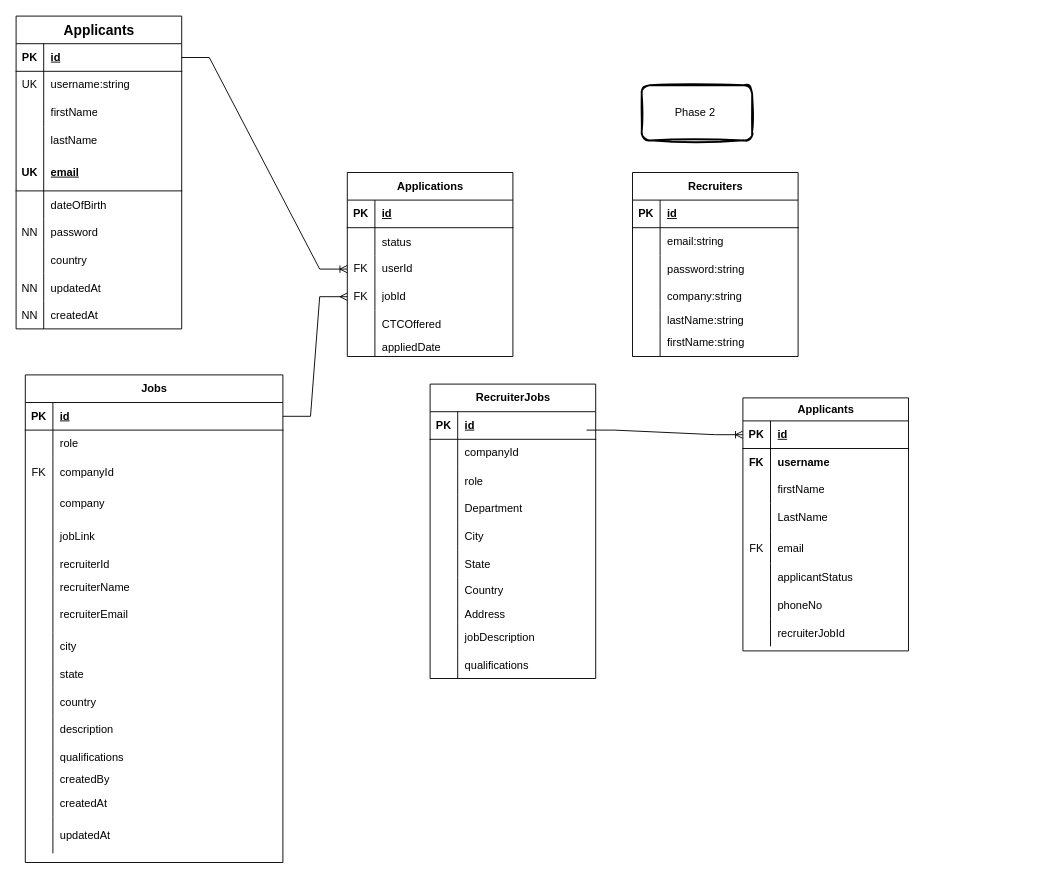
The draw.io diagram CandidateERDiagram.drawio in reynadess/job-application-tracker, before the edit. Source tidied: cells renumbered, new cells numbered last; positions are measured from the earlier drawing's top-left corner, leaving out a move shared by most shapes. Both pictures are drawn from the tidied source at 92%, with x=0, y=0 at pixel (16, 16).
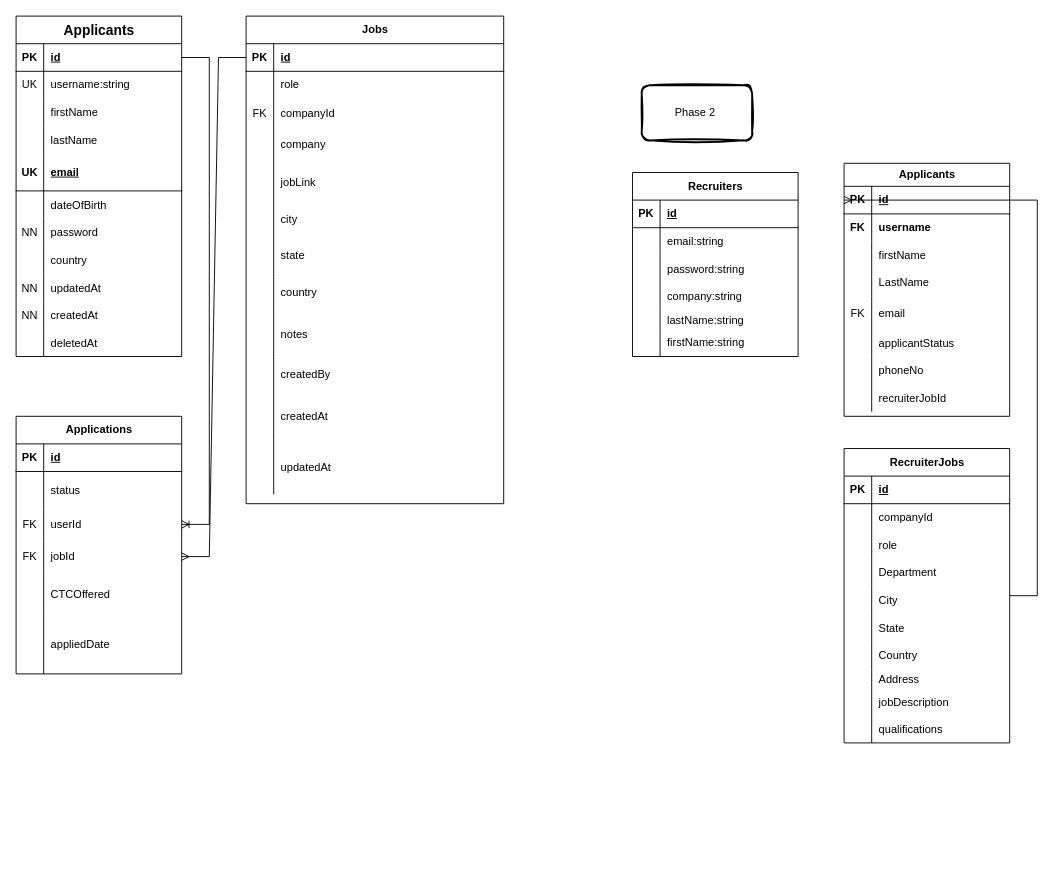
The same diagram, later.

Unchanged cells that the change refers to:
```xml
<mxCell id="3" style="shape=tableRow;horizontal=0;startSize=0;swimlaneHead=0;swimlaneBody=0;fillColor=none;points=[[0,0.5],[1,0.5]];portConstraint=eastwest;top=0;left=0;right=0;bottom=1;" parent="2" vertex="1">
  <mxGeometry y="25" width="180" height="30" as="geometry" />
</mxCell>
```

The edit, as a diff of the source:
```diff
@@
     <mxCell id="2" value="Applicants" style="shape=table;startSize=25;childLayout=tableLayout;rowLines=0;fontStyle=1;align=center;html=1;" parent="1" vertex="1">
-      <mxGeometry x="790" y="415" width="180" height="275" as="geometry" />
+      <mxGeometry x="900" y="160" width="180" height="275" as="geometry" />
     </mxCell>
@@
     <mxCell id="27" value="Jobs" style="shape=table;startSize=30;childLayout=tableLayout;rowLines=0;fontStyle=1;align=center;html=1;" parent="1" vertex="1">
-      <mxGeometry x="10" y="390" width="280" height="530" as="geometry" />
+      <mxGeometry x="250" width="280" height="530" as="geometry" />
     </mxCell>
@@
     <mxCell id="40" style="shape=tableRow;horizontal=0;startSize=0;swimlaneHead=0;swimlaneBody=0;fillColor=none;top=0;left=0;right=0;bottom=0;" parent="27" vertex="1">
-      <mxGeometry y="160" width="280" height="30" as="geometry" />
+      <mxGeometry y="160" width="280" height="40" as="geometry" />
     </mxCell>
     <mxCell id="41" style="shape=partialRectangle;fillColor=none;top=0;left=0;bottom=0;right=0;overflow=hidden;" parent="40" vertex="1">
-      <mxGeometry width="30" height="30" as="geometry" />
+      <mxGeometry width="30" height="40" as="geometry" />
     </mxCell>
     <mxCell id="42" value="jobLink" style="shape=partialRectangle;fillColor=none;top=0;left=0;bottom=0;right=0;align=left;spacingLeft=6;overflow=hidden;" parent="40" vertex="1">
-      <mxGeometry x="30" width="250" height="30" as="geometry" />
+      <mxGeometry x="30" width="250" height="40" as="geometry" />
     </mxCell>
-    <mxCell id="43" style="shape=tableRow;horizontal=0;startSize=0;swimlaneHead=0;swimlaneBody=0;fillColor=none;top=0;left=0;right=0;bottom=0;" parent="27" vertex="1">
-      <mxGeometry y="190" width="280" height="30" as="geometry" />
-    </mxCell>
-    <mxCell id="44" style="shape=partialRectangle;fillColor=none;top=0;left=0;bottom=0;right=0;overflow=hidden;" parent="43" vertex="1">
-      <mxGeometry width="30" height="30" as="geometry" />
-    </mxCell>
-    <mxCell id="45" value="recruiterId" style="shape=partialRectangle;fillColor=none;top=0;left=0;bottom=0;right=0;align=left;spacingLeft=6;overflow=hidden;" parent="43" vertex="1">
-      <mxGeometry x="30" width="250" height="30" as="geometry" />
-    </mxCell>
-    <mxCell id="46" style="shape=tableRow;horizontal=0;startSize=0;swimlaneHead=0;swimlaneBody=0;fillColor=none;top=0;left=0;right=0;bottom=0;" parent="27" vertex="1">
-      <mxGeometry y="220" width="280" height="20" as="geometry" />
-    </mxCell>
-    <mxCell id="47" style="shape=partialRectangle;fillColor=none;top=0;left=0;bottom=0;right=0;overflow=hidden;" parent="46" vertex="1">
-      <mxGeometry width="30" height="20" as="geometry" />
-    </mxCell>
-    <mxCell id="48" value="recruiterName" style="shape=partialRectangle;fillColor=none;top=0;left=0;bottom=0;right=0;align=left;spacingLeft=6;overflow=hidden;" parent="46" vertex="1">
-      <mxGeometry x="30" width="250" height="20" as="geometry" />
-    </mxCell>
-    <mxCell id="49" style="shape=tableRow;horizontal=0;startSize=0;swimlaneHead=0;swimlaneBody=0;fillColor=none;top=0;left=0;right=0;bottom=0;" parent="27" vertex="1">
-      <mxGeometry y="240" width="280" height="40" as="geometry" />
-    </mxCell>
-    <mxCell id="50" style="shape=partialRectangle;fillColor=none;top=0;left=0;bottom=0;right=0;overflow=hidden;" parent="49" vertex="1">
-      <mxGeometry width="30" height="40" as="geometry" />
-    </mxCell>
-    <mxCell id="51" value="recruiterEmail" style="shape=partialRectangle;fillColor=none;top=0;left=0;bottom=0;right=0;align=left;spacingLeft=6;overflow=hidden;" parent="49" vertex="1">
-      <mxGeometry x="30" width="250" height="40" as="geometry" />
-    </mxCell>
     <mxCell id="52" style="shape=tableRow;horizontal=0;startSize=0;swimlaneHead=0;swimlaneBody=0;fillColor=none;top=0;left=0;right=0;bottom=0;" parent="27" vertex="1">
-      <mxGeometry y="280" width="280" height="30" as="geometry" />
+      <mxGeometry y="200" width="280" height="40" as="geometry" />
     </mxCell>
     <mxCell id="53" style="shape=partialRectangle;fillColor=none;top=0;left=0;bottom=0;right=0;overflow=hidden;" parent="52" vertex="1">
-      <mxGeometry width="30" height="30" as="geometry" />
+      <mxGeometry width="30" height="40" as="geometry" />
     </mxCell>
     <mxCell id="54" value="city" style="shape=partialRectangle;fillColor=none;top=0;left=0;bottom=0;right=0;align=left;spacingLeft=6;overflow=hidden;" parent="52" vertex="1">
-      <mxGeometry x="30" width="250" height="30" as="geometry" />
+      <mxGeometry x="30" width="250" height="40" as="geometry" />
     </mxCell>
     <mxCell id="55" style="shape=tableRow;horizontal=0;startSize=0;swimlaneHead=0;swimlaneBody=0;fillColor=none;top=0;left=0;right=0;bottom=0;" parent="27" vertex="1">
-      <mxGeometry y="310" width="280" height="30" as="geometry" />
+      <mxGeometry y="240" width="280" height="40" as="geometry" />
     </mxCell>
     <mxCell id="56" style="shape=partialRectangle;fillColor=none;top=0;left=0;bottom=0;right=0;overflow=hidden;" parent="55" vertex="1">
-      <mxGeometry width="30" height="30" as="geometry" />
+      <mxGeometry width="30" height="40" as="geometry" />
     </mxCell>
     <mxCell id="57" value="state" style="shape=partialRectangle;fillColor=none;top=0;left=0;bottom=0;right=0;align=left;spacingLeft=6;overflow=hidden;" parent="55" vertex="1">
-      <mxGeometry x="30" width="250" height="30" as="geometry" />
+      <mxGeometry x="30" width="250" height="40" as="geometry" />
     </mxCell>
     <mxCell id="58" style="shape=tableRow;horizontal=0;startSize=0;swimlaneHead=0;swimlaneBody=0;fillColor=none;top=0;left=0;right=0;bottom=0;" parent="27" vertex="1">
-      <mxGeometry y="340" width="280" height="30" as="geometry" />
+      <mxGeometry y="280" width="280" height="40" as="geometry" />
     </mxCell>
     <mxCell id="59" style="shape=partialRectangle;fillColor=none;top=0;left=0;bottom=0;right=0;overflow=hidden;" parent="58" vertex="1">
-      <mxGeometry width="30" height="30" as="geometry" />
+      <mxGeometry width="30" height="40" as="geometry" />
     </mxCell>
     <mxCell id="60" value="country" style="shape=partialRectangle;fillColor=none;top=0;left=0;bottom=0;right=0;align=left;spacingLeft=6;overflow=hidden;" parent="58" vertex="1">
-      <mxGeometry x="30" width="250" height="30" as="geometry" />
+      <mxGeometry x="30" width="250" height="40" as="geometry" />
     </mxCell>
     <mxCell id="61" style="shape=tableRow;horizontal=0;startSize=0;swimlaneHead=0;swimlaneBody=0;fillColor=none;top=0;left=0;right=0;bottom=0;" parent="27" vertex="1">
-      <mxGeometry y="370" width="280" height="30" as="geometry" />
+      <mxGeometry y="320" width="280" height="50" as="geometry" />
     </mxCell>
     <mxCell id="62" style="shape=partialRectangle;fillColor=none;top=0;left=0;bottom=0;right=0;overflow=hidden;" parent="61" vertex="1">
-      <mxGeometry width="30" height="30" as="geometry" />
+      <mxGeometry width="30" height="50" as="geometry" />
     </mxCell>
-    <mxCell id="63" value="description" style="shape=partialRectangle;fillColor=none;top=0;left=0;bottom=0;right=0;align=left;spacingLeft=6;overflow=hidden;" parent="61" vertex="1">
-      <mxGeometry x="30" width="250" height="30" as="geometry" />
+    <mxCell id="63" value="notes" style="shape=partialRectangle;fillColor=none;top=0;left=0;bottom=0;right=0;align=left;spacingLeft=6;overflow=hidden;" parent="61" vertex="1">
+      <mxGeometry x="30" width="250" height="50" as="geometry" />
     </mxCell>
-    <mxCell id="64" style="shape=tableRow;horizontal=0;startSize=0;swimlaneHead=0;swimlaneBody=0;fillColor=none;top=0;left=0;right=0;bottom=0;" parent="27" vertex="1">
-      <mxGeometry y="400" width="280" height="30" as="geometry" />
-    </mxCell>
-    <mxCell id="65" style="shape=partialRectangle;fillColor=none;top=0;left=0;bottom=0;right=0;overflow=hidden;" parent="64" vertex="1">
-      <mxGeometry width="30" height="30" as="geometry" />
-    </mxCell>
-    <mxCell id="66" value="qualifications" style="shape=partialRectangle;fillColor=none;top=0;left=0;bottom=0;right=0;align=left;spacingLeft=6;overflow=hidden;" parent="64" vertex="1">
-      <mxGeometry x="30" width="250" height="30" as="geometry" />
-    </mxCell>
     <mxCell id="67" style="shape=tableRow;horizontal=0;startSize=0;swimlaneHead=0;swimlaneBody=0;fillColor=none;top=0;left=0;right=0;bottom=0;" parent="27" vertex="1">
-      <mxGeometry y="430" width="280" height="20" as="geometry" />
+      <mxGeometry y="370" width="280" height="40" as="geometry" />
     </mxCell>
     <mxCell id="68" style="shape=partialRectangle;fillColor=none;top=0;left=0;bottom=0;right=0;fontStyle=0;overflow=hidden;whiteSpace=wrap;html=1;" parent="67" vertex="1">
-      <mxGeometry width="30" height="20" as="geometry" />
+      <mxGeometry width="30" height="40" as="geometry" />
     </mxCell>
     <mxCell id="69" value="createdBy" style="shape=partialRectangle;fillColor=none;top=0;left=0;bottom=0;right=0;align=left;spacingLeft=6;fontStyle=0;overflow=hidden;whiteSpace=wrap;html=1;" parent="67" vertex="1">
-      <mxGeometry x="30" width="250" height="20" as="geometry" />
+      <mxGeometry x="30" width="250" height="40" as="geometry" />
     </mxCell>
     <mxCell id="70" style="shape=tableRow;horizontal=0;startSize=0;swimlaneHead=0;swimlaneBody=0;fillColor=none;top=0;left=0;right=0;bottom=0;" parent="27" vertex="1">
-      <mxGeometry y="450" width="280" height="30" as="geometry" />
+      <mxGeometry y="410" width="280" height="50" as="geometry" />
     </mxCell>
     <mxCell id="71" style="shape=partialRectangle;fillColor=none;top=0;left=0;bottom=0;right=0;overflow=hidden;" parent="70" vertex="1">
-      <mxGeometry width="30" height="30" as="geometry" />
+      <mxGeometry width="30" height="50" as="geometry" />
     </mxCell>
     <mxCell id="72" value="createdAt" style="shape=partialRectangle;fillColor=none;top=0;left=0;bottom=0;right=0;align=left;spacingLeft=6;overflow=hidden;" parent="70" vertex="1">
-      <mxGeometry x="30" width="250" height="30" as="geometry" />
+      <mxGeometry x="30" width="250" height="50" as="geometry" />
     </mxCell>
     <mxCell id="73" style="shape=tableRow;horizontal=0;startSize=0;swimlaneHead=0;swimlaneBody=0;fillColor=none;top=0;left=0;right=0;bottom=0;" parent="27" vertex="1">
-      <mxGeometry y="480" width="280" height="40" as="geometry" />
+      <mxGeometry y="460" width="280" height="60" as="geometry" />
     </mxCell>
     <mxCell id="74" style="shape=partialRectangle;fillColor=none;top=0;left=0;bottom=0;right=0;overflow=hidden;" parent="73" vertex="1">
-      <mxGeometry width="30" height="40" as="geometry" />
+      <mxGeometry width="30" height="60" as="geometry" />
     </mxCell>
     <mxCell id="75" value="updatedAt" style="shape=partialRectangle;fillColor=none;top=0;left=0;bottom=0;right=0;align=left;spacingLeft=6;overflow=hidden;" parent="73" vertex="1">
-      <mxGeometry x="30" width="250" height="40" as="geometry" />
+      <mxGeometry x="30" width="250" height="60" as="geometry" />
     </mxCell>
     <mxCell id="76" value="RecruiterJobs" style="shape=table;startSize=30;childLayout=tableLayout;rowLines=0;fontStyle=1;align=center;html=1;" parent="1" vertex="1">
-      <mxGeometry x="450" y="400" width="180" height="320" as="geometry" />
+      <mxGeometry x="900" y="470" width="180" height="320" as="geometry" />
     </mxCell>
@@
     <mxCell id="107" value="&lt;span style=&quot;font-size: 15px;&quot;&gt;Applicants&lt;/span&gt;" style="shape=table;startSize=30;childLayout=tableLayout;rowLines=0;fontStyle=1;align=center;html=1;" parent="1" vertex="1">
-      <mxGeometry width="180" height="340" as="geometry" />
+      <mxGeometry width="180" height="370" as="geometry" />
     </mxCell>
@@
+    <mxCell id="180" style="shape=tableRow;horizontal=0;startSize=0;swimlaneHead=0;swimlaneBody=0;fillColor=none;top=0;left=0;right=0;bottom=0;" parent="107" vertex="1">
+      <mxGeometry y="340" width="180" height="30" as="geometry" />
+    </mxCell>
+    <mxCell id="181" style="shape=partialRectangle;fillColor=none;top=0;left=0;bottom=0;right=0;overflow=hidden;" parent="180" vertex="1">
+      <mxGeometry width="30" height="30" as="geometry" />
+    </mxCell>
+    <mxCell id="182" value="deletedAt" style="shape=partialRectangle;fillColor=none;top=0;left=0;bottom=0;right=0;align=left;spacingLeft=6;overflow=hidden;" parent="180" vertex="1">
+      <mxGeometry x="30" width="150" height="30" as="geometry" />
+    </mxCell>
@@
-    <mxCell id="157" style="edgeStyle=entityRelationEdgeStyle;fontSize=12;html=1;endArrow=ERoneToMany;rounded=0;entryX=0;entryY=0.5;entryDx=0;entryDy=0;" parent="1" edge="1" target="3">
-      <mxGeometry relative="1" as="geometry">
-        <mxPoint x="620" y="450" as="sourcePoint" />
-      </mxGeometry>
+    <mxCell id="157" style="edgeStyle=entityRelationEdgeStyle;fontSize=12;html=1;endArrow=ERoneToMany;rounded=0;entryX=0;entryY=0.5;entryDx=0;entryDy=0;" parent="1" edge="1" source="76" target="3">
+      <mxGeometry relative="1" as="geometry" />
     </mxCell>
@@
     <mxCell id="160" value="Applications" style="shape=table;startSize=30;childLayout=tableLayout;rowLines=0;fontStyle=1;align=center;html=1;" parent="1" vertex="1">
-      <mxGeometry x="360" y="170" width="180" height="200" as="geometry" />
+      <mxGeometry y="435" width="180" height="280" as="geometry" />
     </mxCell>
@@
     <mxCell id="164" style="shape=tableRow;horizontal=0;startSize=0;swimlaneHead=0;swimlaneBody=0;fillColor=none;top=0;left=0;right=0;bottom=0;" parent="160" vertex="1">
-      <mxGeometry y="60" width="180" height="30" as="geometry" />
+      <mxGeometry y="60" width="180" height="40" as="geometry" />
     </mxCell>
     <mxCell id="165" style="shape=partialRectangle;fillColor=none;top=0;left=0;bottom=0;right=0;overflow=hidden;" parent="164" vertex="1">
-      <mxGeometry width="30" height="30" as="geometry" />
+      <mxGeometry width="30" height="40" as="geometry" />
     </mxCell>
     <mxCell id="166" value="status" style="shape=partialRectangle;fillColor=none;top=0;left=0;bottom=0;right=0;align=left;spacingLeft=6;overflow=hidden;" parent="164" vertex="1">
-      <mxGeometry x="30" width="150" height="30" as="geometry" />
+      <mxGeometry x="30" width="150" height="40" as="geometry" />
     </mxCell>
     <mxCell id="167" style="shape=tableRow;horizontal=0;startSize=0;swimlaneHead=0;swimlaneBody=0;fillColor=none;points=[[0,0.5],[1,0.5]];portConstraint=eastwest;top=0;left=0;right=0;bottom=0;" parent="160" vertex="1">
-      <mxGeometry y="90" width="180" height="30" as="geometry" />
+      <mxGeometry y="100" width="180" height="35" as="geometry" />
     </mxCell>
     <mxCell id="168" value="FK" style="shape=partialRectangle;fillColor=none;top=0;left=0;bottom=0;right=0;overflow=hidden;whiteSpace=wrap;html=1;" parent="167" vertex="1">
-      <mxGeometry width="30" height="30" as="geometry" />
+      <mxGeometry width="30" height="35" as="geometry" />
     </mxCell>
     <mxCell id="169" value="userId" style="shape=partialRectangle;fillColor=none;top=0;left=0;bottom=0;right=0;align=left;spacingLeft=6;overflow=hidden;whiteSpace=wrap;html=1;" parent="167" vertex="1">
-      <mxGeometry x="30" width="150" height="30" as="geometry" />
+      <mxGeometry x="30" width="150" height="35" as="geometry" />
     </mxCell>
     <mxCell id="170" style="shape=tableRow;horizontal=0;startSize=0;swimlaneHead=0;swimlaneBody=0;fillColor=none;points=[[0,0.5],[1,0.5]];portConstraint=eastwest;top=0;left=0;right=0;bottom=0;" parent="160" vertex="1">
-      <mxGeometry y="120" width="180" height="30" as="geometry" />
+      <mxGeometry y="135" width="180" height="35" as="geometry" />
     </mxCell>
     <mxCell id="171" value="FK" style="shape=partialRectangle;fillColor=none;top=0;left=0;bottom=0;right=0;overflow=hidden;whiteSpace=wrap;html=1;" parent="170" vertex="1">
-      <mxGeometry width="30" height="30" as="geometry" />
+      <mxGeometry width="30" height="35" as="geometry" />
     </mxCell>
     <mxCell id="172" value="jobId" style="shape=partialRectangle;fillColor=none;top=0;left=0;bottom=0;right=0;align=left;spacingLeft=6;overflow=hidden;whiteSpace=wrap;html=1;" parent="170" vertex="1">
-      <mxGeometry x="30" width="150" height="30" as="geometry" />
+      <mxGeometry x="30" width="150" height="35" as="geometry" />
     </mxCell>
     <mxCell id="173" style="shape=tableRow;horizontal=0;startSize=0;swimlaneHead=0;swimlaneBody=0;fillColor=none;top=0;left=0;right=0;bottom=0;" parent="160" vertex="1">
-      <mxGeometry y="150" width="180" height="30" as="geometry" />
+      <mxGeometry y="170" width="180" height="45" as="geometry" />
     </mxCell>
     <mxCell id="174" style="shape=partialRectangle;fillColor=none;top=0;left=0;bottom=0;right=0;overflow=hidden;" parent="173" vertex="1">
-      <mxGeometry width="30" height="30" as="geometry" />
+      <mxGeometry width="30" height="45" as="geometry" />
     </mxCell>
     <mxCell id="175" value="CTCOffered" style="shape=partialRectangle;fillColor=none;top=0;left=0;bottom=0;right=0;align=left;spacingLeft=6;overflow=hidden;" parent="173" vertex="1">
-      <mxGeometry x="30" width="150" height="30" as="geometry" />
+      <mxGeometry x="30" width="150" height="45" as="geometry" />
     </mxCell>
     <mxCell id="176" style="shape=tableRow;horizontal=0;startSize=0;swimlaneHead=0;swimlaneBody=0;fillColor=none;top=0;left=0;right=0;bottom=0;" parent="160" vertex="1">
-      <mxGeometry y="180" width="180" height="20" as="geometry" />
+      <mxGeometry y="215" width="180" height="65" as="geometry" />
     </mxCell>
     <mxCell id="177" style="shape=partialRectangle;fillColor=none;top=0;left=0;bottom=0;right=0;overflow=hidden;" parent="176" vertex="1">
-      <mxGeometry width="30" height="20" as="geometry" />
+      <mxGeometry width="30" height="65" as="geometry" />
     </mxCell>
     <mxCell id="178" value="appliedDate" style="shape=partialRectangle;fillColor=none;top=0;left=0;bottom=0;right=0;align=left;spacingLeft=6;overflow=hidden;" parent="176" vertex="1">
-      <mxGeometry x="30" width="150" height="20" as="geometry" />
+      <mxGeometry x="30" width="150" height="65" as="geometry" />
     </mxCell>
```
